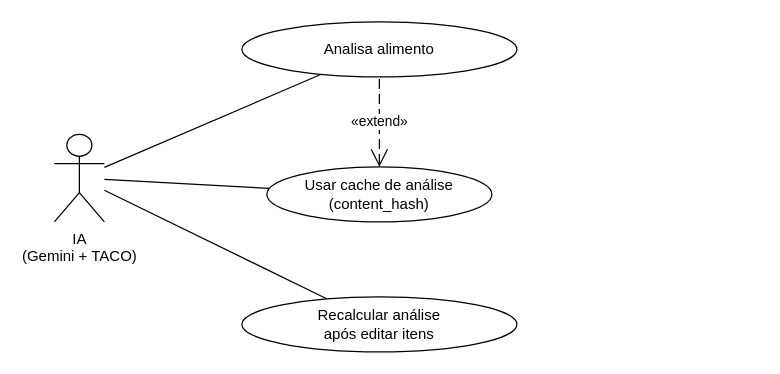
Earlier version of the draw.io diagram page "IA" (4 of 4) of frontend/CasosDeUso.drawio (israelhub/JacalorIA-CONTADOR-DE-CALORIAS). Source tidied: cells renumbered, new cells numbered last; positions are measured from the earlier drawing's top-left corner, leaving out a move shared by most shapes. Both pictures are drawn from the tidied source at 125%, with x=0, y=0 at pixel (54, 21).
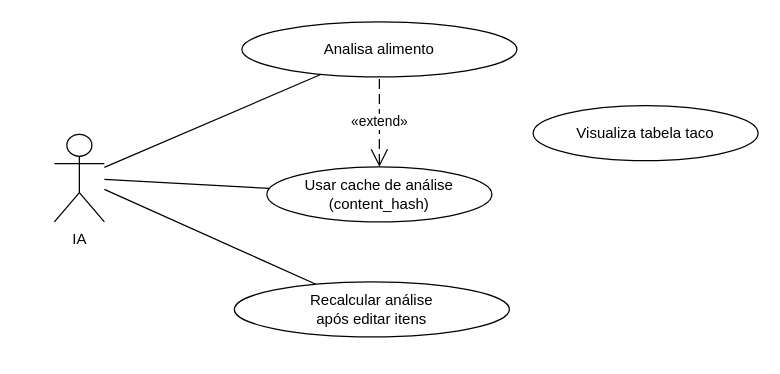
The same page after the edit.

Diff of the diagram source:
```diff
@@
 <mxGraphModel>
   <root>
     <mxCell id="0" />
     <mxCell id="1" parent="0" />
-    <mxCell id="2" value="IA&#10;(Gemini + TACO)" style="shape=umlActor;verticalLabelPosition=bottom;verticalAlign=top;html=1;outlineConnect=0;" parent="1" vertex="1">
+    <mxCell id="2" value="IA" style="shape=umlActor;verticalLabelPosition=bottom;verticalAlign=top;html=1;outlineConnect=0;" parent="1" vertex="1">
       <mxGeometry y="90" width="40" height="70" as="geometry" />
     </mxCell>
     <mxCell id="3" style="endArrow=none;html=1;rounded=0;strokeWidth=1;" parent="1" edge="1" source="2" target="7">
       <mxGeometry relative="1" as="geometry" />
     </mxCell>
     <mxCell id="4" style="endArrow=none;html=1;rounded=0;strokeWidth=1;" parent="1" edge="1" source="2" target="8">
       <mxGeometry relative="1" as="geometry" />
     </mxCell>
     <mxCell id="5" style="endArrow=none;html=1;rounded=0;strokeWidth=1;" parent="1" edge="1" source="2" target="9">
       <mxGeometry relative="1" as="geometry" />
     </mxCell>
     <mxCell id="6" value="«extend»" style="startArrow=open;html=1;startSize=12;endArrow=none;dashed=1;dashPattern=8 4;rounded=0;" parent="1" edge="1" source="8" target="7">
       <mxGeometry relative="1" as="geometry" />
     </mxCell>
     <mxCell id="7" value="Analisa alimento" style="ellipse;whiteSpace=wrap;html=1;" parent="1" vertex="1">
       <mxGeometry x="150" width="220" height="44" as="geometry" />
     </mxCell>
     <mxCell id="8" value="Usar cache de análise&#10;(content_hash)" style="ellipse;whiteSpace=wrap;html=1;" parent="1" vertex="1">
       <mxGeometry x="170" y="116" width="180" height="44" as="geometry" />
     </mxCell>
     <mxCell id="9" value="Recalcular análise&#10;após editar itens" style="ellipse;whiteSpace=wrap;html=1;" parent="1" vertex="1">
-      <mxGeometry x="150" y="220" width="220" height="44" as="geometry" />
+      <mxGeometry x="144" y="208" width="220" height="44" as="geometry" />
     </mxCell>
+    <mxCell id="10" value="Visualiza tabela taco" style="ellipse;whiteSpace=wrap;html=1;" parent="1" vertex="1">
+      <mxGeometry x="383" y="67" width="180" height="44" as="geometry" />
+    </mxCell>
   </root>
 </mxGraphModel>
```
